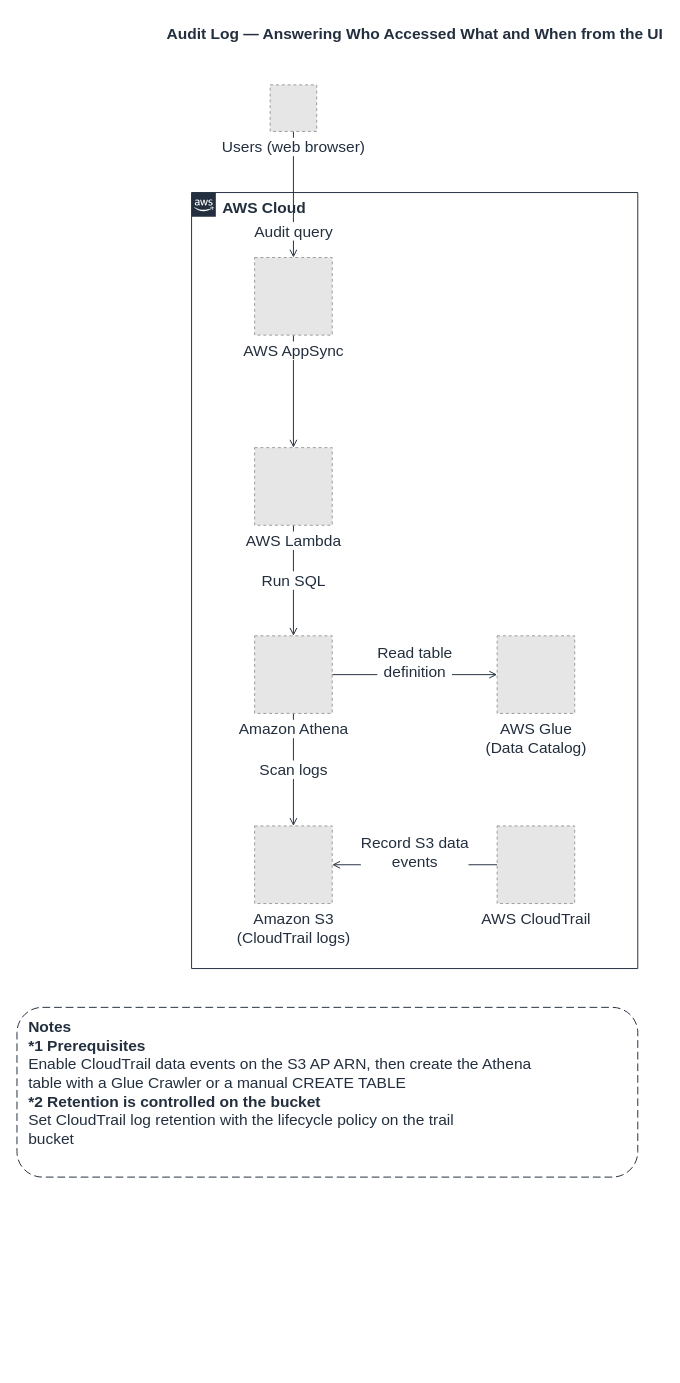
Above: docs/diagrams/part2-audit-log-pipeline-en.drawio in Yoshiki0705/FSx-for-ONTAP-S3AccessPoints-Serverless-Patterns (draw.io), before the change. Source tidied: cells renumbered, new cells numbered last; positions are measured from the earlier drawing's top-left corner, leaving out a move shared by most shapes. Both pictures are drawn from the tidied source at 97%, with x=0, y=0 at pixel (16, 16). Pictures stored in the file or linked from it are replaced by grey dashed boxes.
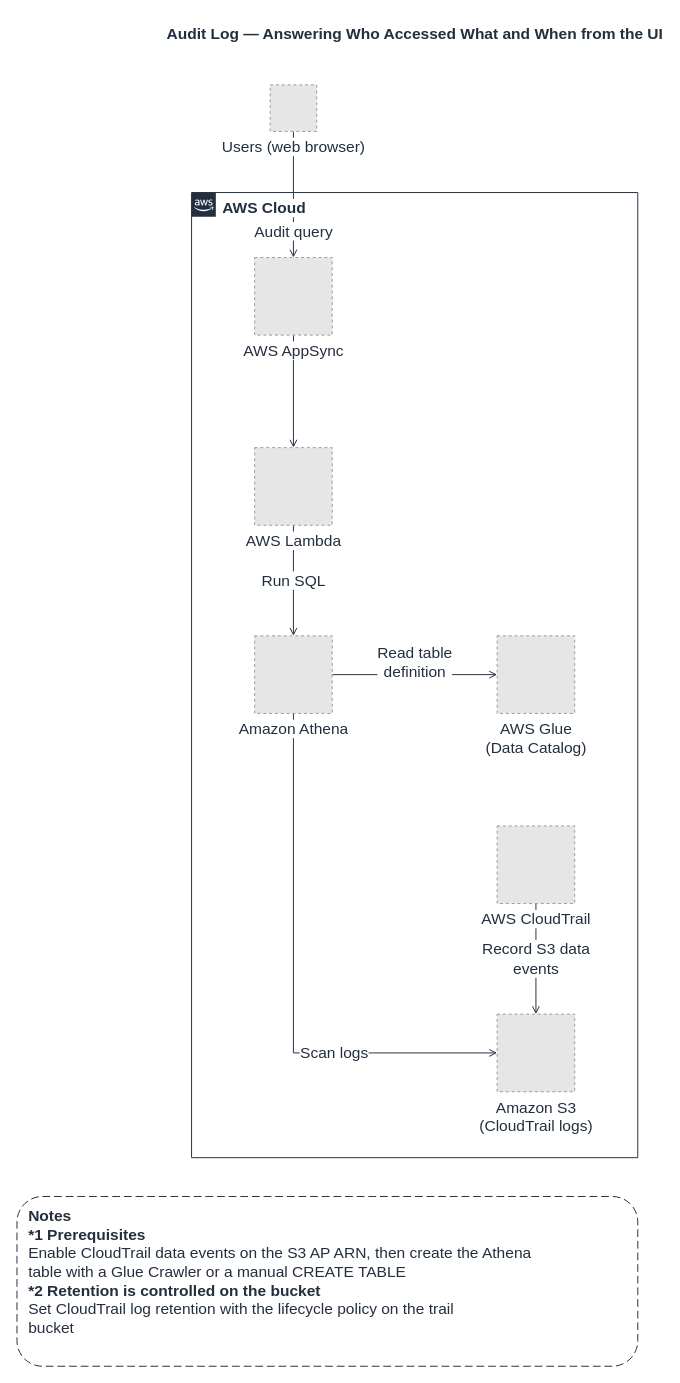
The same diagram, later.

Diff of the diagram source:
```diff
@@
 <mxGraphModel background="#FFFFFF">
   <root>
     <mxCell id="0" />
     <mxCell id="1" parent="0" />
     <mxCell id="2" value="Audit Log — Answering Who Accessed What and When from the UI" style="text;html=1;align=center;verticalAlign=middle;fontSize=16;fontStyle=1;fontColor=#232F3E;" parent="1" vertex="1">
       <mxGeometry x="180" width="460" height="34" as="geometry" />
     </mxCell>
-    <mxCell id="3" value="AWS Cloud" style="gradientColor=none;html=1;whiteSpace=wrap;fontSize=16;fontStyle=1;shape=mxgraph.aws4.group;grIcon=mxgraph.aws4.group_aws_cloud_alt;strokeColor=#232F3E;fillColor=none;verticalAlign=top;align=left;spacingLeft=30;fontColor=#232F3E;dashed=0;" parent="1" vertex="1">
-      <mxGeometry x="180" y="181" width="460" height="800" as="geometry" />
-    </mxCell>
     <mxCell id="4" value="Audit query" style="edgeStyle=orthogonalEdgeStyle;rounded=0;jettySize=auto;html=1;endArrow=open;endFill=0;strokeColor=#232F3E;strokeWidth=1;fontSize=16;fontColor=#232F3E;labelBackgroundColor=#ffffff;" parent="1" edge="1" source="10" target="11">
       <mxGeometry relative="1" as="geometry">
         <mxPoint y="38" as="offset" />
       </mxGeometry>
     </mxCell>
     <mxCell id="5" style="edgeStyle=orthogonalEdgeStyle;rounded=0;jettySize=auto;html=1;endArrow=open;endFill=0;strokeColor=#232F3E;strokeWidth=1;fontSize=16;fontColor=#232F3E;labelBackgroundColor=#ffffff;" parent="1" edge="1" source="11" target="12">
       <mxGeometry relative="1" as="geometry" />
     </mxCell>
     <mxCell id="6" value="Run SQL" style="edgeStyle=orthogonalEdgeStyle;rounded=0;jettySize=auto;html=1;endArrow=open;endFill=0;strokeColor=#232F3E;strokeWidth=1;fontSize=16;fontColor=#232F3E;labelBackgroundColor=#ffffff;" parent="1" edge="1" source="12" target="13">
       <mxGeometry relative="1" as="geometry" />
     </mxCell>
     <mxCell id="7" value="Read table&lt;br&gt;definition" style="edgeStyle=orthogonalEdgeStyle;rounded=0;jettySize=auto;html=1;endArrow=open;endFill=0;strokeColor=#232F3E;strokeWidth=1;fontSize=16;fontColor=#232F3E;labelBackgroundColor=#ffffff;" parent="1" edge="1" source="13" target="14">
       <mxGeometry relative="1" as="geometry">
         <mxPoint y="-13" as="offset" />
       </mxGeometry>
     </mxCell>
-    <mxCell id="8" value="Scan logs" style="edgeStyle=orthogonalEdgeStyle;rounded=0;jettySize=auto;html=1;endArrow=open;endFill=0;strokeColor=#232F3E;strokeWidth=1;fontSize=16;fontColor=#232F3E;labelBackgroundColor=#ffffff;" parent="1" edge="1" source="13" target="15">
-      <mxGeometry relative="1" as="geometry" />
+    <mxCell id="8" value="Scan logs" style="edgeStyle=orthogonalEdgeStyle;rounded=0;jettySize=auto;html=1;endArrow=open;endFill=0;strokeColor=#232F3E;strokeWidth=1;fontSize=16;fontColor=#232F3E;labelBackgroundColor=#ffffff;exitX=0.5;exitY=1;exitDx=0;exitDy=0;entryX=0;entryY=0.5;entryDx=0;entryDy=0;" parent="1" edge="1" source="13" target="15">
+      <mxGeometry x="0.4" relative="1" as="geometry" />
     </mxCell>
     <mxCell id="9" value="Record S3 data&lt;br&gt;events" style="edgeStyle=orthogonalEdgeStyle;rounded=0;jettySize=auto;html=1;endArrow=open;endFill=0;strokeColor=#232F3E;strokeWidth=1;fontSize=16;fontColor=#232F3E;labelBackgroundColor=#ffffff;" parent="1" edge="1" source="16" target="15">
-      <mxGeometry relative="1" as="geometry">
-        <mxPoint y="-13" as="offset" />
-      </mxGeometry>
+      <mxGeometry relative="1" as="geometry" />
     </mxCell>
+    <mxCell id="3" value="AWS Cloud" style="gradientColor=none;html=1;whiteSpace=wrap;fontSize=16;fontStyle=1;shape=mxgraph.aws4.group;grIcon=mxgraph.aws4.group_aws_cloud_alt;strokeColor=#232F3E;fillColor=none;verticalAlign=top;align=left;spacingLeft=30;fontColor=#232F3E;dashed=0;labelBackgroundColor=#FFFFFF;" parent="1" vertex="1">
+      <mxGeometry x="180" y="181" width="460" height="995" as="geometry" />
+    </mxCell>
     <mxCell id="10" value="Users (web browser)" style="fillColor=#E6E6E6;strokeColor=#999999;dashed=1;html=1;verticalLabelPosition=bottom;verticalAlign=top;labelPosition=center;align=center;fontSize=16;fontColor=#232F3E;labelBackgroundColor=#FFFFFF;" parent="1" vertex="1">
       <mxGeometry x="261" y="70" width="48" height="48" as="geometry" />
     </mxCell>
     <mxCell id="11" value="AWS AppSync" style="fillColor=#E6E6E6;strokeColor=#999999;dashed=1;html=1;verticalLabelPosition=bottom;verticalAlign=top;labelPosition=center;align=center;fontSize=16;fontColor=#232F3E;labelBackgroundColor=#FFFFFF;" parent="1" vertex="1">
       <mxGeometry x="245" y="248" width="80" height="80" as="geometry" />
     </mxCell>
     <mxCell id="12" value="AWS Lambda" style="fillColor=#E6E6E6;strokeColor=#999999;dashed=1;html=1;verticalLabelPosition=bottom;verticalAlign=top;labelPosition=center;align=center;fontSize=16;fontColor=#232F3E;labelBackgroundColor=#FFFFFF;" parent="1" vertex="1">
       <mxGeometry x="245" y="444" width="80" height="80" as="geometry" />
     </mxCell>
     <mxCell id="13" value="Amazon Athena" style="fillColor=#E6E6E6;strokeColor=#999999;dashed=1;html=1;verticalLabelPosition=bottom;verticalAlign=top;labelPosition=center;align=center;fontSize=16;fontColor=#232F3E;labelBackgroundColor=#FFFFFF;" parent="1" vertex="1">
       <mxGeometry x="245" y="638" width="80" height="80" as="geometry" />
     </mxCell>
     <mxCell id="14" value="AWS Glue&lt;br&gt;(Data Catalog)" style="fillColor=#E6E6E6;strokeColor=#999999;dashed=1;html=1;verticalLabelPosition=bottom;verticalAlign=top;labelPosition=center;align=center;fontSize=16;fontColor=#232F3E;labelBackgroundColor=#FFFFFF;" parent="1" vertex="1">
       <mxGeometry x="495" y="638" width="80" height="80" as="geometry" />
     </mxCell>
+    <mxCell id="16" value="AWS CloudTrail" style="fillColor=#E6E6E6;strokeColor=#999999;dashed=1;html=1;verticalLabelPosition=bottom;verticalAlign=top;labelPosition=center;align=center;fontSize=16;fontColor=#232F3E;labelBackgroundColor=#FFFFFF;" parent="1" vertex="1">
+      <mxGeometry x="495" y="834" width="80" height="80" as="geometry" />
+    </mxCell>
     <mxCell id="15" value="Amazon S3&lt;br&gt;(CloudTrail logs)" style="fillColor=#E6E6E6;strokeColor=#999999;dashed=1;html=1;verticalLabelPosition=bottom;verticalAlign=top;labelPosition=center;align=center;fontSize=16;fontColor=#232F3E;labelBackgroundColor=#FFFFFF;" parent="1" vertex="1">
-      <mxGeometry x="245" y="834" width="80" height="80" as="geometry" />
+      <mxGeometry x="495" y="1028" width="80" height="80" as="geometry" />
     </mxCell>
-    <mxCell id="16" value="AWS CloudTrail" style="fillColor=#E6E6E6;strokeColor=#999999;dashed=1;html=1;verticalLabelPosition=bottom;verticalAlign=top;labelPosition=center;align=center;fontSize=16;fontColor=#232F3E;labelBackgroundColor=#FFFFFF;" parent="1" vertex="1">
-      <mxGeometry x="495" y="834" width="80" height="80" as="geometry" />
-    </mxCell>
     <mxCell id="17" value="&lt;b&gt;Notes&lt;/b&gt;&lt;br&gt;&lt;b&gt;*1 Prerequisites&lt;/b&gt;&lt;br&gt;Enable CloudTrail data events on the S3 AP ARN, then create the Athena&lt;br&gt;table with a Glue Crawler or a manual CREATE TABLE&lt;br&gt;&lt;b&gt;*2 Retention is controlled on the bucket&lt;/b&gt;&lt;br&gt;Set CloudTrail log retention with the lifecycle policy on the trail&lt;br&gt;bucket" style="rounded=1;whiteSpace=wrap;html=1;dashed=1;dashPattern=8 4;strokeColor=#232F3E;fillColor=#FFFFFF;align=left;verticalAlign=top;spacingLeft=10;spacingTop=4;fontSize=16;fontColor=#232F3E;" parent="1" vertex="1">
-      <mxGeometry y="1021" width="640" height="175" as="geometry" />
+      <mxGeometry y="1216" width="640" height="175" as="geometry" />
     </mxCell>
   </root>
 </mxGraphModel>
```
